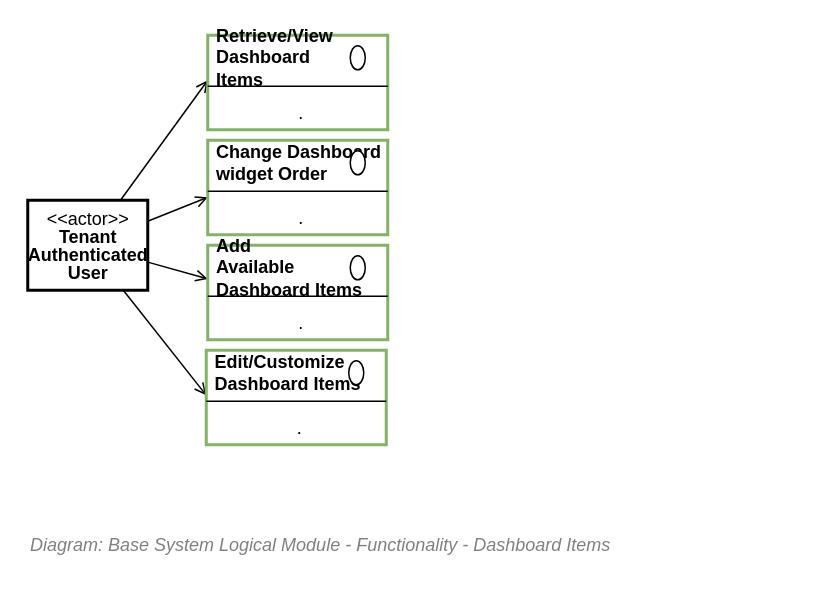
Above: 43.Functionality View/Functionality View - Functionality - Dashboard Widgets.drawio in skysgh/System.Design.Resources.Service (draw.io), before the change. Source tidied: cells renumbered, new cells numbered last; positions are measured from the earlier drawing's top-left corner, leaving out a move shared by most shapes. Both pictures are drawn from the tidied source at 150%, with x=0, y=0 at pixel (27, 34).
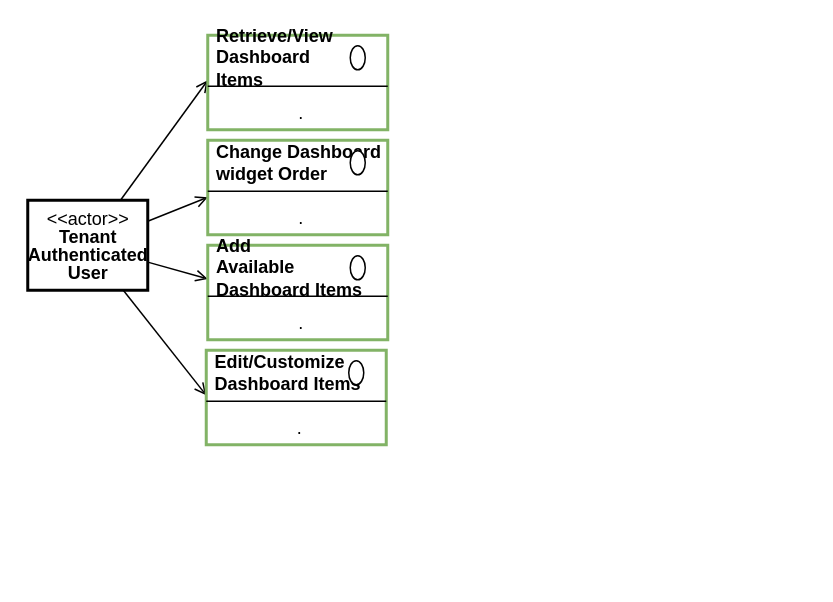
The same page after the edit.

What changed in the source:
```diff
@@
-    <mxCell id="2" value="&lt;font style=&quot;font-size: 12px ; font-weight: normal&quot;&gt;&lt;i&gt;&lt;span&gt;Diagram: Base System Logical Module -&amp;nbsp;&lt;/span&gt;&lt;span&gt;Functionality -&amp;nbsp;&lt;/span&gt;Dashboard Items&lt;/i&gt;&lt;/font&gt;" style="text;strokeColor=none;fillColor=none;html=1;fontSize=10;fontStyle=1;verticalAlign=middle;align=left;shadow=0;glass=0;comic=0;opacity=30;fontColor=#808080;" parent="1" vertex="1">
-      <mxGeometry y="320" width="520" height="40" as="geometry" />
-    </mxCell>
```
